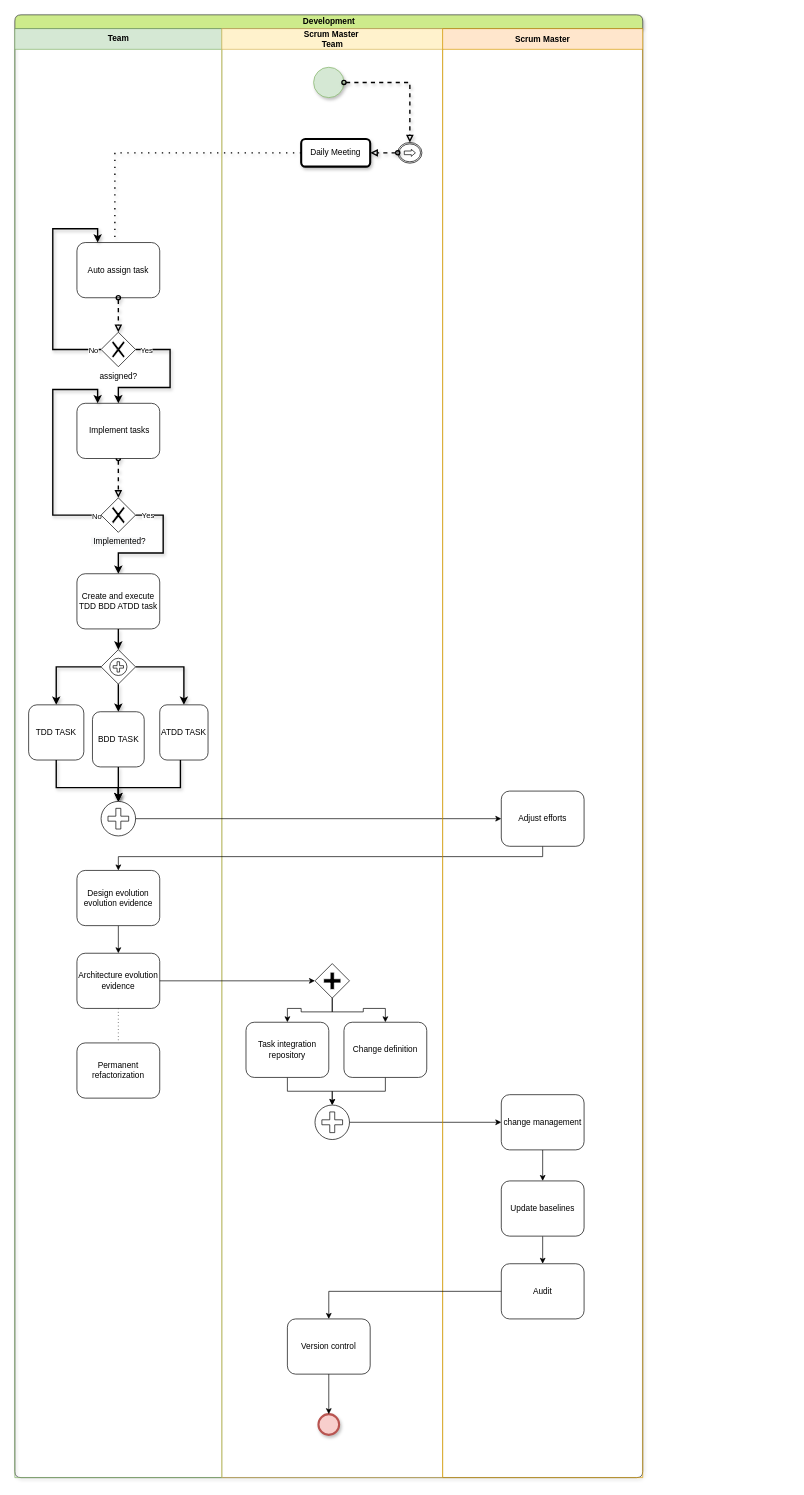
Earlier version of the draw.io diagram page "Development" (7 of 11) of BPMN_Pre-game.drawio (JavierCabreraDev/Metodologia_Practica). Source tidied: cells renumbered, new cells numbered last; positions are measured from the earlier drawing's top-left corner, leaving out a move shared by most shapes. Both pictures are drawn from the tidied source at 69%, with x=0, y=0 at pixel (14, 14).
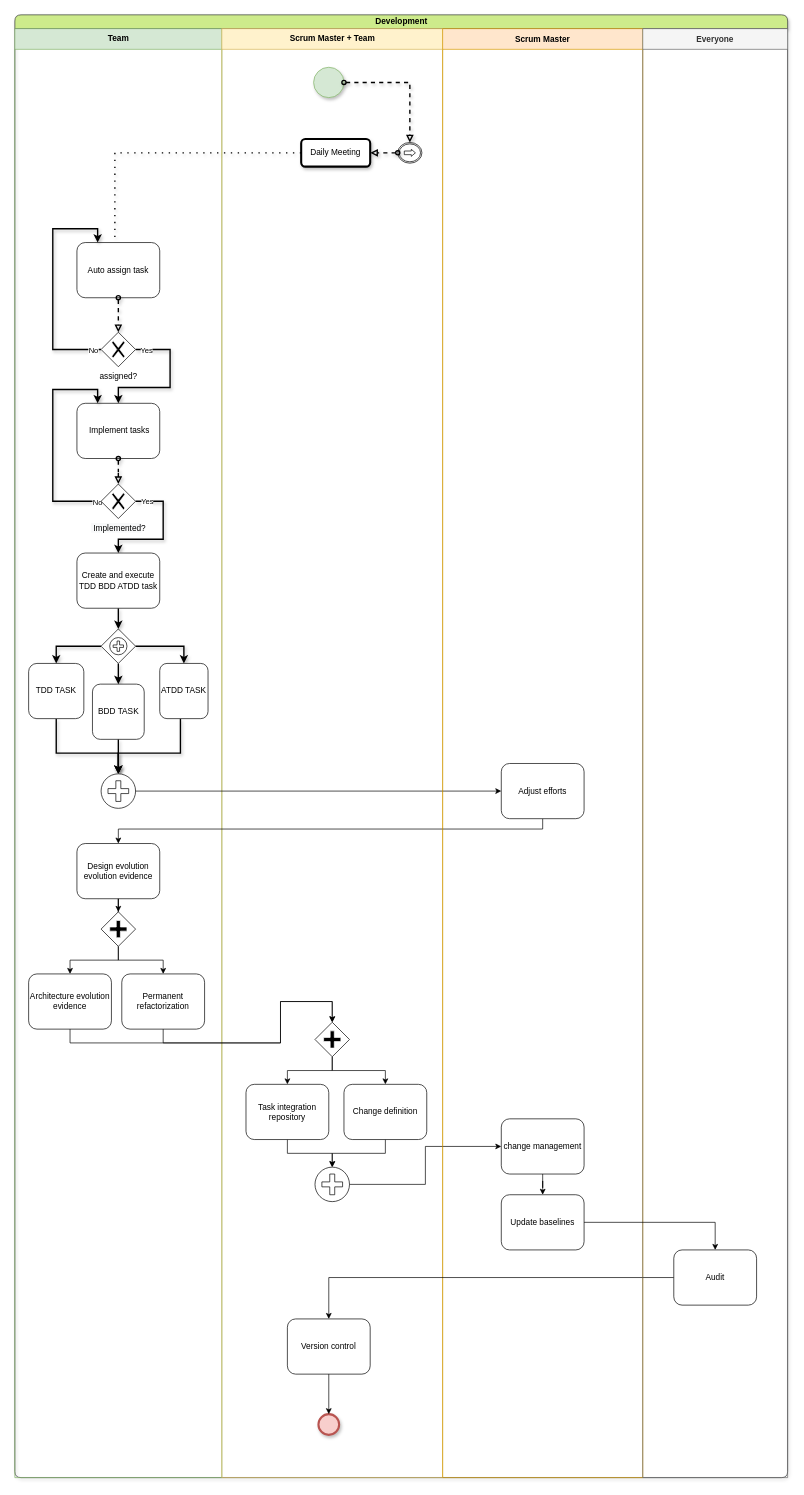
The same diagram, later.

Unchanged cells that the change refers to:
```xml
<mxCell id="3" value="Team" style="swimlane;html=1;startSize=30;fillColor=#d5e8d4;strokeColor=#82b366;rounded=0;shadow=0;" parent="2" vertex="1">
  <mxGeometry y="20" width="300" height="2100" as="geometry" />
</mxCell>
<mxCell id="12" value="&amp;nbsp;Implement tasks" style="shape=ext;rounded=1;html=1;whiteSpace=wrap;shadow=0;glass=0;labelBackgroundColor=none;sketch=0;strokeColor=#000000;fillColor=#ffffff;gradientColor=none;" parent="3" vertex="1">
  <mxGeometry x="90" y="543" width="120" height="80" as="geometry" />
</mxCell>
<mxCell id="46" value="Version control" style="shape=ext;rounded=1;html=1;whiteSpace=wrap;" parent="36" vertex="1">
  <mxGeometry x="95" y="1870" width="120" height="80" as="geometry" />
</mxCell>
<mxCell id="51" value="Scrum Master" style="swimlane;startSize=30;fillColor=#ffe6cc;strokeColor=#d79b00;" parent="2" vertex="1">
  <mxGeometry x="620" y="20" width="290" height="2100" as="geometry" />
</mxCell>
```

Change to the diagram source:
```diff
@@
     <mxCell id="2" value="Development" style="swimlane;html=1;startSize=20;rounded=1;shadow=1;glass=0;fillColor=#cdeb8b;strokeColor=#36393d;" parent="1" vertex="1">
-      <mxGeometry width="910" height="2120" as="geometry" />
+      <mxGeometry width="1120" height="2120" as="geometry" />
     </mxCell>
@@
-    <mxCell id="11" style="edgeStyle=orthogonalEdgeStyle;rounded=0;jettySize=auto;html=1;entryX=0.5;entryY=0;entryDx=0;entryDy=0;shadow=1;labelBackgroundColor=none;startArrow=oval;startFill=0;endArrow=block;endFill=0;strokeWidth=2;dashed=1;" parent="3" edge="1" source="12" target="17">
-      <mxGeometry relative="1" as="geometry" />
-    </mxCell>
@@
     <mxCell id="13" style="edgeStyle=orthogonalEdgeStyle;rounded=0;jettySize=auto;html=1;entryX=0.25;entryY=0;entryDx=0;entryDy=0;shadow=1;labelBackgroundColor=none;startArrow=none;startFill=0;endArrow=classic;endFill=1;strokeWidth=2;" parent="3" edge="1" source="17" target="12">
       <mxGeometry relative="1" as="geometry">
         <Array as="points">
-          <mxPoint x="55" y="705" />
+          <mxPoint x="55" y="685" />
           <mxPoint x="55" y="523" />
           <mxPoint x="120" y="523" />
         </Array>
       </mxGeometry>
     </mxCell>
@@
     <mxCell id="15" style="edgeStyle=orthogonalEdgeStyle;rounded=0;jettySize=auto;html=1;entryX=0.5;entryY=0;entryDx=0;entryDy=0;shadow=1;labelBackgroundColor=none;startArrow=none;startFill=0;endArrow=classic;endFill=1;strokeWidth=2;exitX=1;exitY=0.5;exitDx=0;exitDy=0;" parent="3" edge="1" source="17" target="29">
       <mxGeometry relative="1" as="geometry">
         <Array as="points">
-          <mxPoint x="215" y="705" />
-          <mxPoint x="215" y="760" />
-          <mxPoint x="150" y="760" />
+          <mxPoint x="215" y="685" />
+          <mxPoint x="215" y="740" />
+          <mxPoint x="150" y="740" />
         </Array>
       </mxGeometry>
     </mxCell>
@@
     <mxCell id="17" value="&lt;span style=&quot;background-color: rgb(248 , 249 , 250)&quot;&gt;&amp;nbsp;Implemented&lt;/span&gt;?" style="shape=mxgraph.bpmn.shape;html=1;verticalLabelPosition=bottom;labelBackgroundColor=#ffffff;verticalAlign=top;align=center;perimeter=rhombusPerimeter;background=gateway;outlineConnect=0;outline=none;symbol=exclusiveGw;" parent="3" vertex="1">
-      <mxGeometry x="125" y="680" width="50" height="50" as="geometry" />
+      <mxGeometry x="125" y="660" width="50" height="50" as="geometry" />
     </mxCell>
@@
     <mxCell id="21" style="shape=mxgraph.bpmn.shape;html=1;verticalLabelPosition=bottom;labelBackgroundColor=#ffffff;verticalAlign=top;align=center;perimeter=rhombusPerimeter;background=gateway;outlineConnect=0;outline=standard;symbol=parallelMultiple;rounded=1;shadow=0;glass=0;sketch=0;strokeColor=#000000;fillColor=#ffffff;gradientColor=none;" parent="3" vertex="1">
-      <mxGeometry x="125" y="900" width="50" height="50" as="geometry" />
+      <mxGeometry x="125" y="870" width="50" height="50" as="geometry" />
     </mxCell>
@@
     <mxCell id="23" value="BDD TASK" style="shape=ext;rounded=1;html=1;whiteSpace=wrap;shadow=0;glass=0;labelBackgroundColor=none;sketch=0;strokeColor=#000000;fillColor=#ffffff;gradientColor=none;" parent="3" vertex="1">
-      <mxGeometry x="112.5" y="990" width="75" height="80" as="geometry" />
+      <mxGeometry x="112.5" y="950" width="75" height="80" as="geometry" />
     </mxCell>
     <mxCell id="24" style="edgeStyle=orthogonalEdgeStyle;rounded=0;jettySize=auto;html=1;shadow=1;labelBackgroundColor=none;startArrow=none;startFill=0;endArrow=classic;endFill=1;strokeWidth=2;" parent="3" edge="1" source="25" target="30">
       <mxGeometry relative="1" as="geometry">
         <Array as="points">
-          <mxPoint x="60" y="1100" />
-          <mxPoint x="150" y="1100" />
+          <mxPoint x="60" y="1050" />
+          <mxPoint x="150" y="1050" />
         </Array>
       </mxGeometry>
     </mxCell>
     <mxCell id="25" value="TDD TASK" style="shape=ext;rounded=1;html=1;whiteSpace=wrap;shadow=0;glass=0;labelBackgroundColor=none;sketch=0;strokeColor=#000000;fillColor=#ffffff;gradientColor=none;" parent="3" vertex="1">
-      <mxGeometry x="20" y="980" width="80" height="80" as="geometry" />
+      <mxGeometry x="20" y="920" width="80" height="80" as="geometry" />
     </mxCell>
     <mxCell id="26" style="edgeStyle=orthogonalEdgeStyle;rounded=0;jettySize=auto;html=1;shadow=1;labelBackgroundColor=none;startArrow=none;startFill=0;endArrow=classic;endFill=1;strokeWidth=2;" parent="3" edge="1" source="27" target="30">
       <mxGeometry relative="1" as="geometry">
         <Array as="points">
-          <mxPoint x="240" y="1100" />
-          <mxPoint x="150" y="1100" />
+          <mxPoint x="240" y="1050" />
+          <mxPoint x="150" y="1050" />
         </Array>
       </mxGeometry>
     </mxCell>
     <mxCell id="27" value="ATDD TASK" style="shape=ext;rounded=1;html=1;whiteSpace=wrap;shadow=0;glass=0;labelBackgroundColor=none;sketch=0;strokeColor=#000000;fillColor=#ffffff;gradientColor=none;" parent="3" vertex="1">
-      <mxGeometry x="210" y="980" width="70" height="80" as="geometry" />
+      <mxGeometry x="210" y="920" width="70" height="80" as="geometry" />
     </mxCell>
@@
     <mxCell id="29" value="Create and execute TDD BDD ATDD task" style="shape=ext;rounded=1;html=1;whiteSpace=wrap;shadow=0;glass=0;labelBackgroundColor=none;sketch=0;strokeColor=#000000;fillColor=#ffffff;gradientColor=none;" parent="3" vertex="1">
-      <mxGeometry x="90" y="790" width="120" height="80" as="geometry" />
+      <mxGeometry x="90" y="760" width="120" height="80" as="geometry" />
     </mxCell>
     <mxCell id="30" style="shape=mxgraph.bpmn.shape;html=1;verticalLabelPosition=bottom;labelBackgroundColor=#ffffff;verticalAlign=top;align=center;perimeter=ellipsePerimeter;outlineConnect=0;outline=standard;symbol=parallelMultiple;rounded=1;shadow=0;glass=0;sketch=0;strokeColor=#000000;fillColor=#ffffff;gradientColor=none;" parent="3" vertex="1">
-      <mxGeometry x="125" y="1120" width="50" height="50" as="geometry" />
+      <mxGeometry x="125" y="1080" width="50" height="50" as="geometry" />
     </mxCell>
-    <mxCell id="31" style="edgeStyle=orthogonalEdgeStyle;rounded=0;jettySize=auto;html=1;entryX=0.5;entryY=0;entryDx=0;entryDy=0;" parent="3" edge="1" source="32" target="34">
-      <mxGeometry relative="1" as="geometry" />
-    </mxCell>
+    <mxCell id="66" style="edgeStyle=orthogonalEdgeStyle;rounded=0;jettySize=auto;html=1;entryX=0.5;entryY=0;entryDx=0;entryDy=0;" parent="3" edge="1" source="32" target="69">
+      <mxGeometry relative="1" as="geometry" />
+    </mxCell>
     <mxCell id="32" value="Design evolution evolution evidence" style="shape=ext;rounded=1;html=1;whiteSpace=wrap;" parent="3" vertex="1">
-      <mxGeometry x="90" y="1220" width="120" height="80" as="geometry" />
+      <mxGeometry x="90" y="1181" width="120" height="80" as="geometry" />
     </mxCell>
-    <mxCell id="33" style="edgeStyle=orthogonalEdgeStyle;rounded=0;jettySize=auto;html=1;entryX=0.5;entryY=0;entryDx=0;entryDy=0;dashed=1;dashPattern=1 4;endArrow=none;endFill=0;" parent="3" edge="1" source="34" target="35">
-      <mxGeometry relative="1" as="geometry" />
-    </mxCell>
     <mxCell id="34" value="Architecture evolution evidence" style="shape=ext;rounded=1;html=1;whiteSpace=wrap;" parent="3" vertex="1">
-      <mxGeometry x="90" y="1340" width="120" height="80" as="geometry" />
+      <mxGeometry x="20" y="1370" width="120" height="80" as="geometry" />
     </mxCell>
     <mxCell id="35" value="Permanent refactorization" style="shape=ext;rounded=1;html=1;whiteSpace=wrap;" parent="3" vertex="1">
-      <mxGeometry x="90" y="1470" width="120" height="80" as="geometry" />
+      <mxGeometry x="155" y="1370" width="120" height="80" as="geometry" />
     </mxCell>
+    <mxCell id="67" style="edgeStyle=orthogonalEdgeStyle;rounded=0;jettySize=auto;html=1;entryX=0.5;entryY=0;entryDx=0;entryDy=0;" parent="3" edge="1" source="69" target="34">
+      <mxGeometry relative="1" as="geometry" />
+    </mxCell>
+    <mxCell id="68" style="edgeStyle=orthogonalEdgeStyle;rounded=0;jettySize=auto;html=1;" parent="3" edge="1" source="69" target="35">
+      <mxGeometry relative="1" as="geometry">
+        <Array as="points">
+          <mxPoint x="150" y="1350" />
+          <mxPoint x="215" y="1350" />
+        </Array>
+      </mxGeometry>
+    </mxCell>
+    <mxCell id="69" style="shape=mxgraph.bpmn.shape;html=1;verticalLabelPosition=bottom;labelBackgroundColor=#ffffff;verticalAlign=top;align=center;perimeter=rhombusPerimeter;background=gateway;outlineConnect=0;outline=none;symbol=parallelGw;" parent="3" vertex="1">
+      <mxGeometry x="125" y="1280" width="50" height="50" as="geometry" />
+    </mxCell>
+    <mxCell id="11" style="edgeStyle=orthogonalEdgeStyle;rounded=0;jettySize=auto;html=1;entryX=0.5;entryY=0;entryDx=0;entryDy=0;shadow=1;labelBackgroundColor=none;startArrow=oval;startFill=0;endArrow=block;endFill=0;strokeWidth=2;dashed=1;" parent="3" edge="1" source="12" target="17">
+      <mxGeometry relative="1" as="geometry" />
+    </mxCell>
-    <mxCell id="36" value="Scrum Master&amp;nbsp;&lt;br&gt;Team" style="swimlane;html=1;startSize=30;fillColor=#fff2cc;strokeColor=#d6b656;shadow=0;" parent="2" vertex="1">
+    <mxCell id="36" value="Scrum Master +&amp;nbsp;Team" style="swimlane;html=1;startSize=30;fillColor=#fff2cc;strokeColor=#d6b656;shadow=0;" parent="2" vertex="1">
       <mxGeometry x="300" y="20" width="320" height="2100" as="geometry" />
     </mxCell>
@@
     <mxCell id="39" value="Task integration repository" style="shape=ext;rounded=1;html=1;whiteSpace=wrap;" parent="36" vertex="1">
-      <mxGeometry x="35" y="1440" width="120" height="80" as="geometry" />
+      <mxGeometry x="35" y="1530" width="120" height="80" as="geometry" />
     </mxCell>
@@
     <mxCell id="42" style="shape=mxgraph.bpmn.shape;html=1;verticalLabelPosition=bottom;labelBackgroundColor=#ffffff;verticalAlign=top;align=center;perimeter=rhombusPerimeter;background=gateway;outlineConnect=0;outline=none;symbol=parallelGw;" parent="36" vertex="1">
-      <mxGeometry x="135" y="1355" width="50" height="50" as="geometry" />
+      <mxGeometry x="135" y="1440" width="50" height="50" as="geometry" />
     </mxCell>
@@
     <mxCell id="44" value="Change definition" style="shape=ext;rounded=1;html=1;whiteSpace=wrap;" parent="36" vertex="1">
-      <mxGeometry x="177" y="1440" width="120" height="80" as="geometry" />
+      <mxGeometry x="177" y="1530" width="120" height="80" as="geometry" />
     </mxCell>
     <mxCell id="45" style="shape=mxgraph.bpmn.shape;html=1;verticalLabelPosition=bottom;labelBackgroundColor=#ffffff;verticalAlign=top;align=center;perimeter=ellipsePerimeter;outlineConnect=0;outline=standard;symbol=parallelMultiple;rounded=1;shadow=0;glass=0;sketch=0;strokeColor=#000000;fillColor=#ffffff;gradientColor=none;" parent="36" vertex="1">
-      <mxGeometry x="135" y="1560" width="50" height="50" as="geometry" />
+      <mxGeometry x="135" y="1650" width="50" height="50" as="geometry" />
     </mxCell>
@@
     <mxCell id="48" style="edgeStyle=orthogonalEdgeStyle;rounded=0;jettySize=auto;html=1;" parent="2" edge="1" source="52" target="32">
       <mxGeometry relative="1" as="geometry">
         <Array as="points">
-          <mxPoint x="765" y="1220" />
-          <mxPoint x="150" y="1220" />
+          <mxPoint x="765" y="1180" />
+          <mxPoint x="150" y="1180" />
         </Array>
       </mxGeometry>
     </mxCell>
-    <mxCell id="49" style="edgeStyle=orthogonalEdgeStyle;rounded=0;jettySize=auto;html=1;entryX=0;entryY=0.5;entryDx=0;entryDy=0;" parent="2" edge="1" source="34" target="42">
-      <mxGeometry relative="1" as="geometry" />
-    </mxCell>
@@
     <mxCell id="52" value="Adjust efforts" style="shape=ext;rounded=1;html=1;whiteSpace=wrap;" parent="51" vertex="1">
-      <mxGeometry x="85" y="1105" width="120" height="80" as="geometry" />
+      <mxGeometry x="85" y="1065" width="120" height="80" as="geometry" />
     </mxCell>
+    <mxCell id="54" value="change management" style="shape=ext;rounded=1;html=1;whiteSpace=wrap;" parent="51" vertex="1">
+      <mxGeometry x="85" y="1580" width="120" height="80" as="geometry" />
+    </mxCell>
+    <mxCell id="56" value="Update baselines" style="shape=ext;rounded=1;html=1;whiteSpace=wrap;" parent="51" vertex="1">
+      <mxGeometry x="85" y="1690" width="120" height="80" as="geometry" />
+    </mxCell>
@@
-    <mxCell id="54" value="change management" style="shape=ext;rounded=1;html=1;whiteSpace=wrap;" parent="51" vertex="1">
-      <mxGeometry x="85" y="1545" width="120" height="80" as="geometry" />
-    </mxCell>
+    <mxCell id="58" style="edgeStyle=orthogonalEdgeStyle;rounded=0;jettySize=auto;html=1;entryX=0.5;entryY=0;entryDx=0;entryDy=0;" parent="2" edge="1" source="57" target="46">
+      <mxGeometry relative="1" as="geometry" />
+    </mxCell>
+    <mxCell id="49" style="edgeStyle=orthogonalEdgeStyle;rounded=0;jettySize=auto;html=1;entryX=0.5;entryY=0;entryDx=0;entryDy=0;" parent="2" edge="1" source="34" target="42">
+      <mxGeometry relative="1" as="geometry">
+        <Array as="points">
+          <mxPoint x="80" y="1490" />
+          <mxPoint x="385" y="1490" />
+          <mxPoint x="385" y="1430" />
+          <mxPoint x="460" y="1430" />
+        </Array>
+      </mxGeometry>
+    </mxCell>
+    <mxCell id="70" style="edgeStyle=orthogonalEdgeStyle;rounded=0;jettySize=auto;html=1;entryX=0.5;entryY=0;entryDx=0;entryDy=0;" parent="2" edge="1" source="35" target="42">
+      <mxGeometry relative="1" as="geometry">
+        <Array as="points">
+          <mxPoint x="215" y="1490" />
+          <mxPoint x="385" y="1490" />
+          <mxPoint x="385" y="1430" />
+          <mxPoint x="460" y="1430" />
+        </Array>
+      </mxGeometry>
+    </mxCell>
+    <mxCell id="71" value="Everyone" style="swimlane;startSize=30;fillColor=#f5f5f5;strokeColor=#666666;fontColor=#333333;" parent="2" vertex="1">
+      <mxGeometry x="910" y="20" width="210" height="2100" as="geometry" />
+    </mxCell>
+    <mxCell id="57" value="Audit" style="shape=ext;rounded=1;html=1;whiteSpace=wrap;" parent="71" vertex="1">
+      <mxGeometry x="45" y="1770" width="120" height="80" as="geometry" />
+    </mxCell>
-    <mxCell id="55" style="edgeStyle=orthogonalEdgeStyle;rounded=0;jettySize=auto;html=1;entryX=0.5;entryY=0;entryDx=0;entryDy=0;" parent="51" edge="1" source="56" target="57">
+    <mxCell id="55" style="edgeStyle=orthogonalEdgeStyle;rounded=0;jettySize=auto;html=1;entryX=0.5;entryY=0;entryDx=0;entryDy=0;" parent="2" edge="1" source="56" target="57">
       <mxGeometry relative="1" as="geometry" />
     </mxCell>
-    <mxCell id="56" value="Update baselines" style="shape=ext;rounded=1;html=1;whiteSpace=wrap;" parent="51" vertex="1">
-      <mxGeometry x="85" y="1670" width="120" height="80" as="geometry" />
-    </mxCell>
-    <mxCell id="57" value="Audit" style="shape=ext;rounded=1;html=1;whiteSpace=wrap;" parent="51" vertex="1">
-      <mxGeometry x="85" y="1790" width="120" height="80" as="geometry" />
-    </mxCell>
-    <mxCell id="58" style="edgeStyle=orthogonalEdgeStyle;rounded=0;jettySize=auto;html=1;entryX=0.5;entryY=0;entryDx=0;entryDy=0;" parent="2" edge="1" source="57" target="46">
-      <mxGeometry relative="1" as="geometry" />
-    </mxCell>
```
